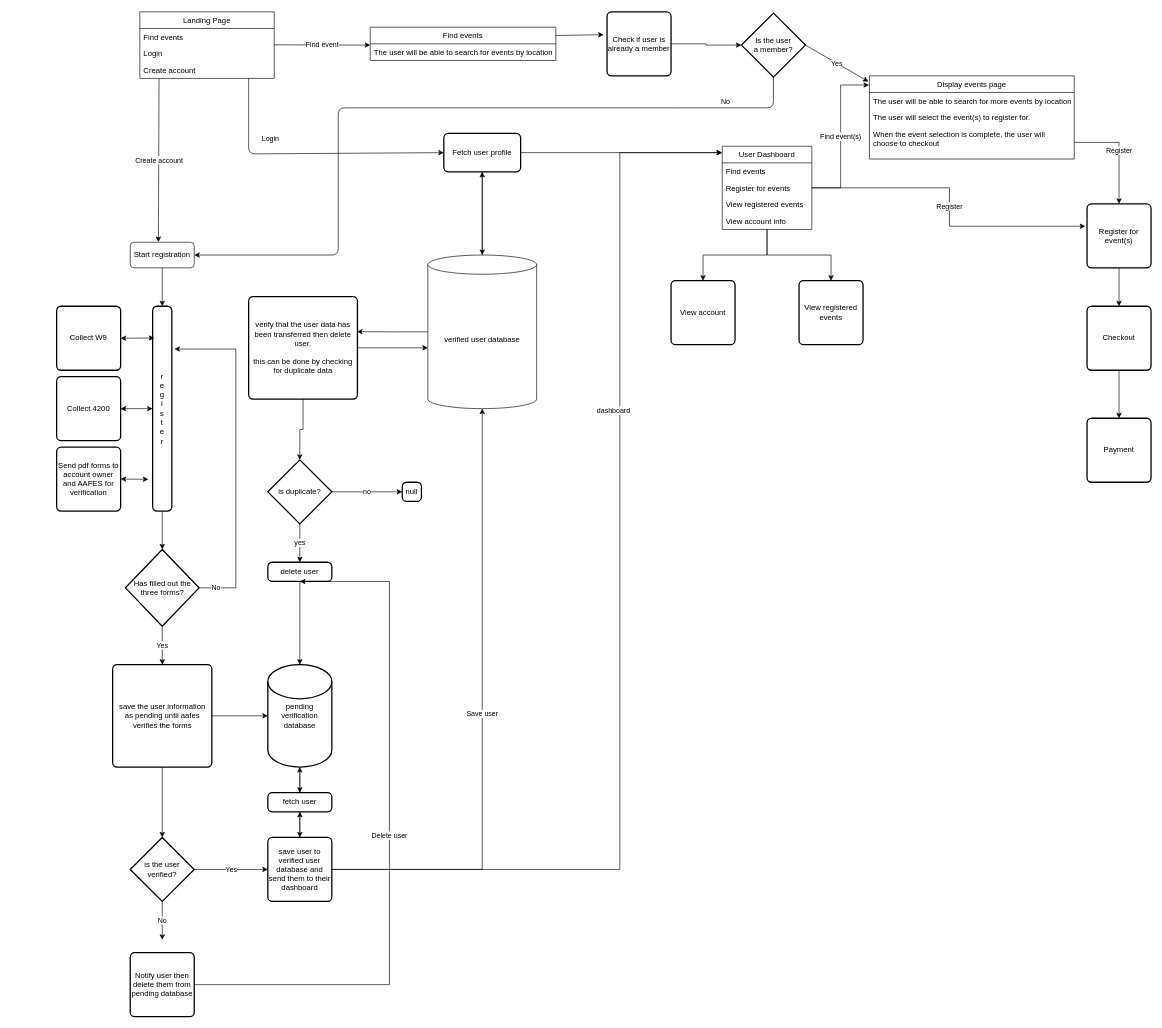
This is Untitled Diagram.drawio from endepointe/EP_EventBookings, a draw.io file, before an edit. Source tidied: cells renumbered, new cells numbered last; positions are measured from the earlier drawing's top-left corner, leaving out a move shared by most shapes. Both pictures are drawn from the tidied source at 64%, with x=0, y=0 at pixel (56, 12).
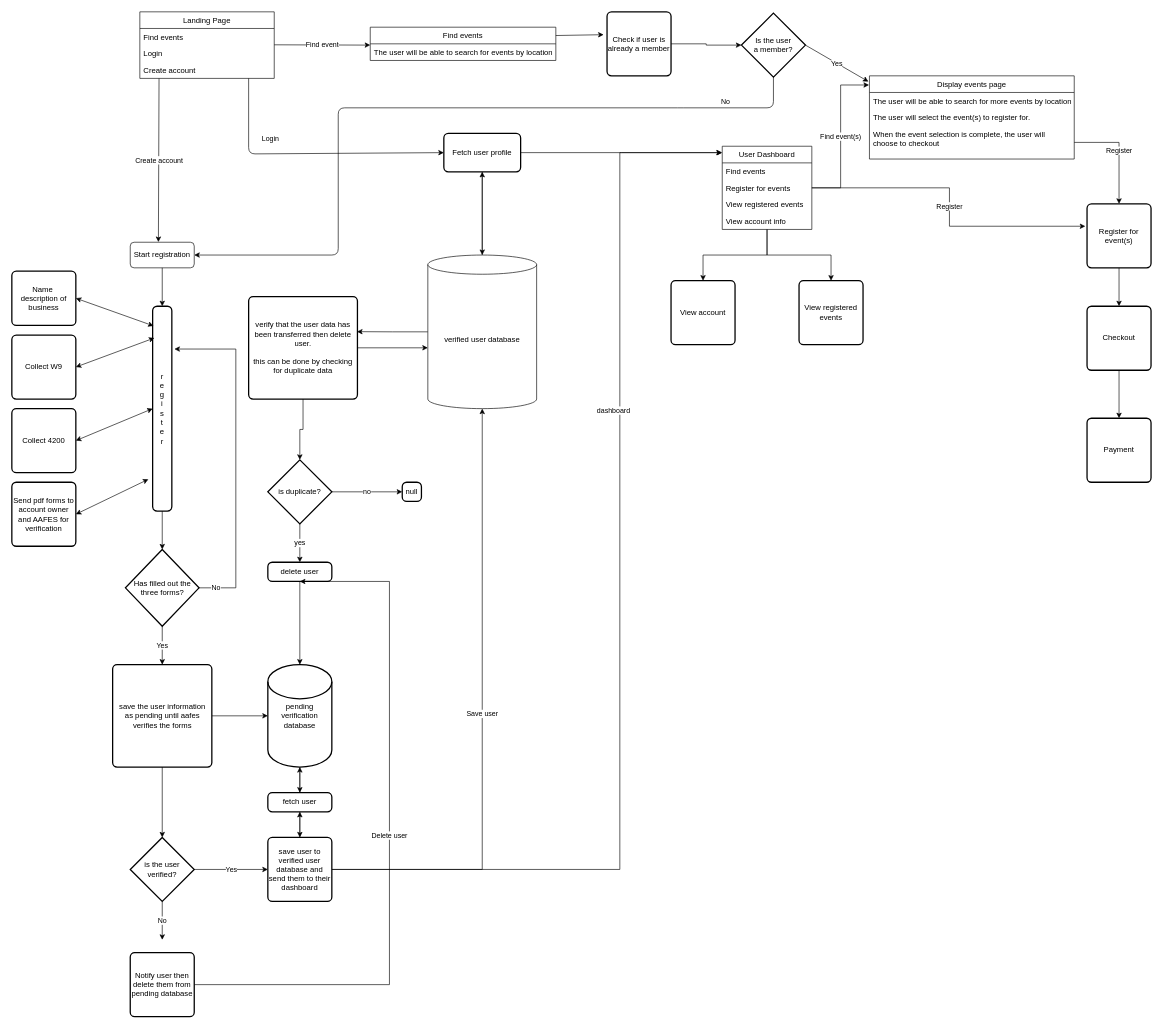
After the change.

The change refers to these unchanged cells:
```xml
<mxCell id="37" value="r&lt;br&gt;e&lt;br&gt;g&lt;br&gt;i&lt;br&gt;s&lt;br&gt;t&lt;br&gt;e&lt;br&gt;r" style="rounded=1;whiteSpace=wrap;html=1;absoluteArcSize=1;arcSize=14;strokeWidth=2;" parent="1" vertex="1">
  <mxGeometry x="150" y="460" width="30" height="320" as="geometry" />
</mxCell>
```

What changed in the source:
```diff
@@
     <mxCell id="33" value="Collect W9" style="rounded=1;whiteSpace=wrap;html=1;absoluteArcSize=1;arcSize=14;strokeWidth=2;" parent="1" vertex="1">
-      <mxGeometry y="460" width="100" height="100" as="geometry" />
+      <mxGeometry x="-70" y="505" width="100" height="100" as="geometry" />
     </mxCell>
     <mxCell id="34" value="Collect 4200" style="rounded=1;whiteSpace=wrap;html=1;absoluteArcSize=1;arcSize=14;strokeWidth=2;" parent="1" vertex="1">
-      <mxGeometry y="570" width="100" height="100" as="geometry" />
+      <mxGeometry x="-70" y="620" width="100" height="100" as="geometry" />
     </mxCell>
     <mxCell id="35" value="&lt;span&gt;Send pdf forms to account owner and AAFES for verification&lt;/span&gt;" style="rounded=1;whiteSpace=wrap;html=1;absoluteArcSize=1;arcSize=14;strokeWidth=2;" parent="1" vertex="1">
-      <mxGeometry y="680" width="100" height="100" as="geometry" />
+      <mxGeometry x="-70" y="735" width="100" height="100" as="geometry" />
     </mxCell>
@@
+    <mxCell id="86" value="Name&amp;nbsp;&lt;br&gt;description of business" style="rounded=1;whiteSpace=wrap;html=1;absoluteArcSize=1;arcSize=14;strokeWidth=2;" parent="1" vertex="1">
+      <mxGeometry x="-70" y="405" width="100" height="85" as="geometry" />
+    </mxCell>
+    <mxCell id="87" style="endArrow=classic;startArrow=classic;html=1;entryX=0.046;entryY=0.096;entryDx=0;entryDy=0;entryPerimeter=0;exitX=1;exitY=0.5;exitDx=0;exitDy=0;" parent="1" edge="1" source="86" target="37">
+      <mxGeometry relative="1" as="geometry" />
+    </mxCell>
```
